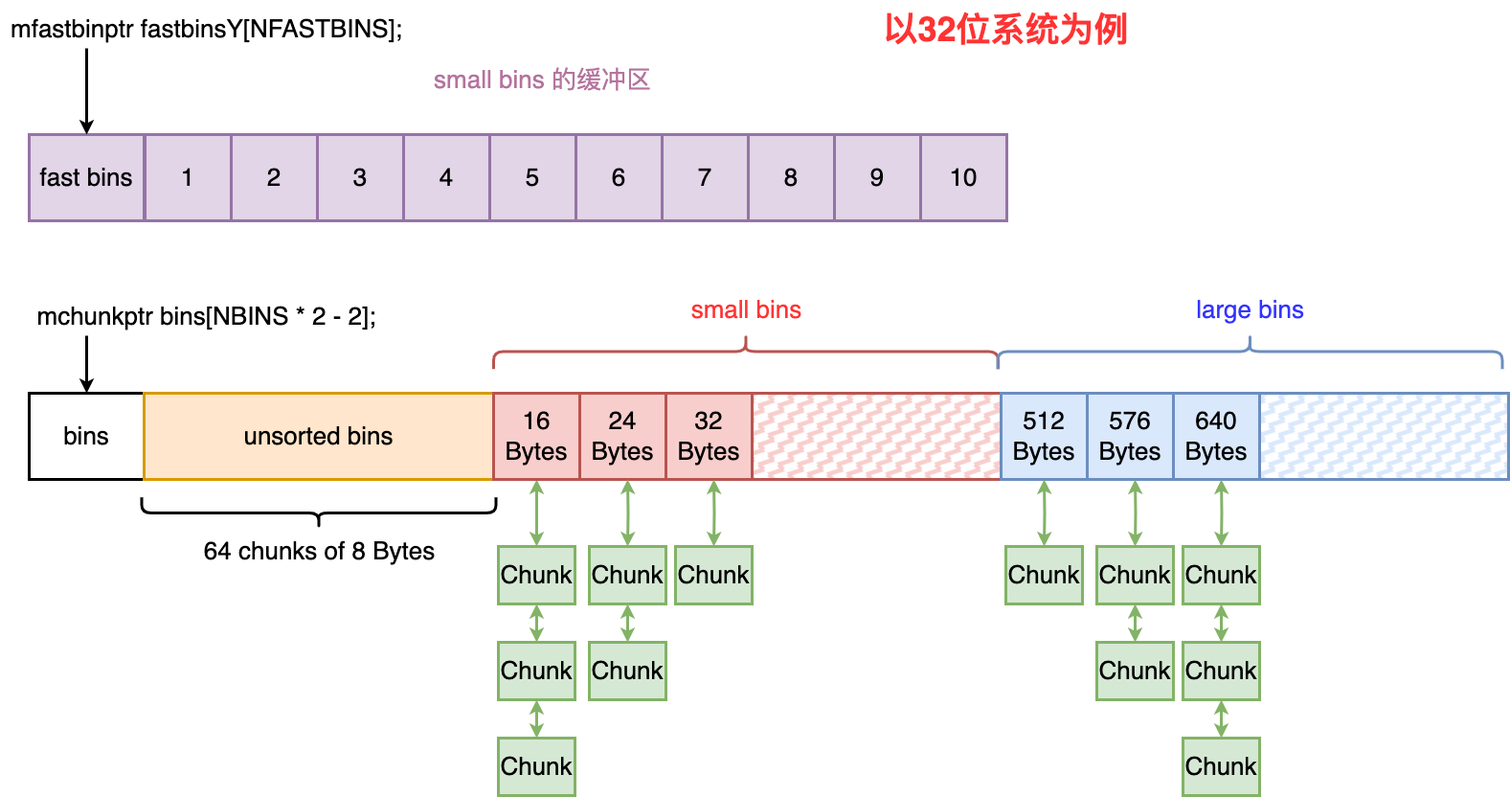
superwjfeng/MarkdownWriting keeps this draw.io diagram as CS/Coding/语言级内存池/bins结构.drawio.png. Above is the earlier version. Source tidied: cells renumbered, new cells last; positions are measured from the earlier drawing's top-left corner, leaving out a move shared by most shapes.
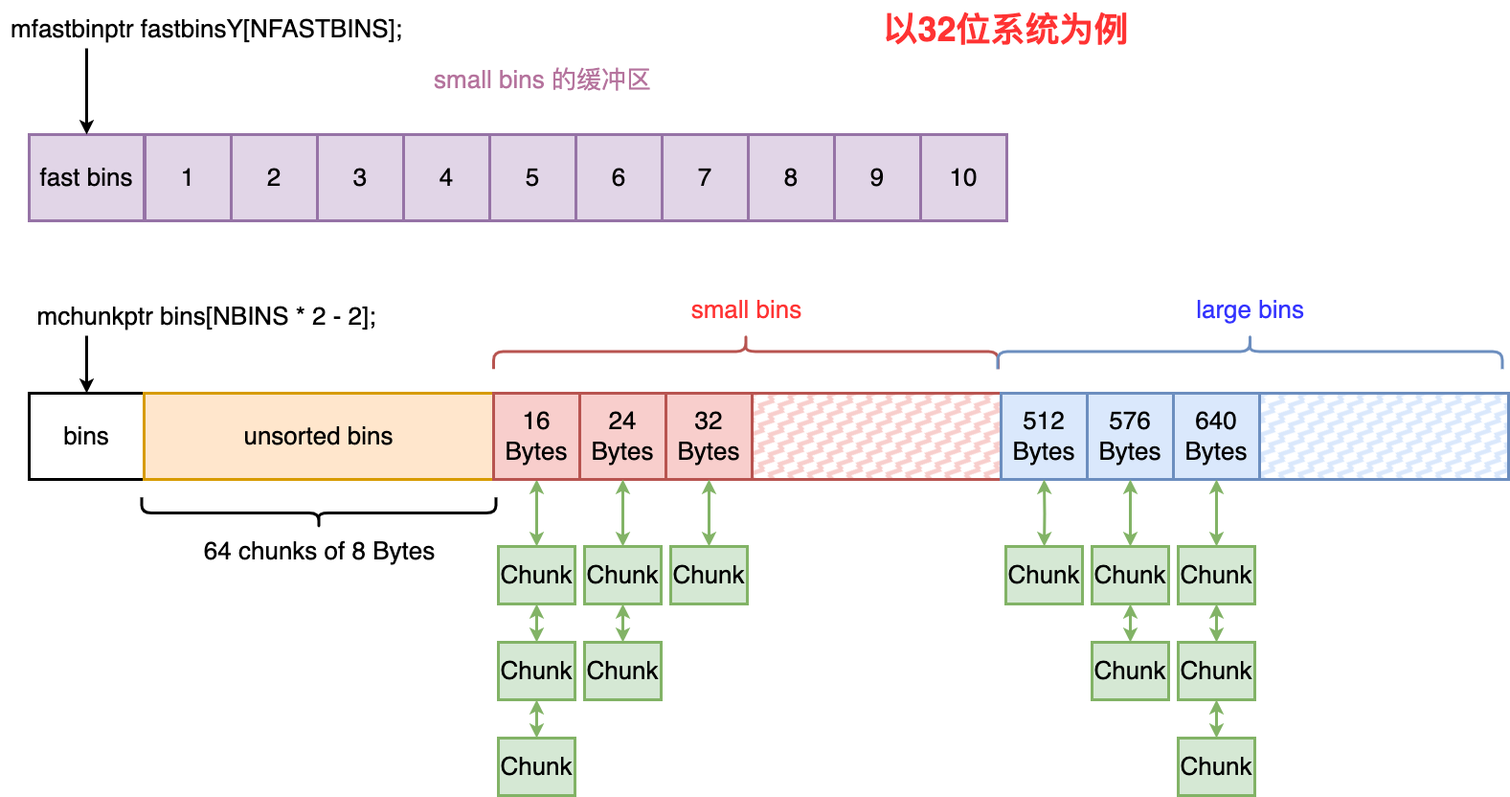
After the commit.

Change to the diagram source:
```diff
@@ -79,61 +79,53 @@
     <mxCell id="25" value="&lt;font style=&quot;font-size: 26px;&quot;&gt;Chunk&lt;/font&gt;" style="rounded=0;whiteSpace=wrap;html=1;strokeWidth=3;fillColor=#d5e8d4;strokeColor=#82b366;" parent="1" vertex="1">
       <mxGeometry x="520" y="770" width="80" height="60" as="geometry" />
     </mxCell>
-    <mxCell id="26" style="edgeStyle=orthogonalEdgeStyle;rounded=0;jettySize=auto;html=1;strokeWidth=3;fillColor=#d5e8d4;strokeColor=#82b366;startArrow=classic;startFill=1;" parent="1" edge="1" target="28">
-      <mxGeometry relative="1" as="geometry">
-        <mxPoint x="655" y="500" as="sourcePoint" />
-      </mxGeometry>
+    <mxCell id="26" style="edgeStyle=orthogonalEdgeStyle;rounded=0;jettySize=auto;html=1;strokeWidth=3;fillColor=#d5e8d4;strokeColor=#82b366;startArrow=classic;startFill=1;exitX=0.5;exitY=1;exitDx=0;exitDy=0;" parent="1" edge="1" source="14" target="28">
+      <mxGeometry relative="1" as="geometry" />
     </mxCell>
     <mxCell id="27" style="edgeStyle=orthogonalEdgeStyle;rounded=0;jettySize=auto;html=1;entryX=0.5;entryY=0;entryDx=0;entryDy=0;strokeWidth=3;fillColor=#d5e8d4;strokeColor=#82b366;startArrow=classic;startFill=1;" parent="1" edge="1" source="28" target="29">
       <mxGeometry relative="1" as="geometry" />
     </mxCell>
     <mxCell id="28" value="&lt;font style=&quot;font-size: 26px;&quot;&gt;Chunk&lt;/font&gt;" style="rounded=0;whiteSpace=wrap;html=1;strokeWidth=3;fillColor=#d5e8d4;strokeColor=#82b366;" parent="1" vertex="1">
-      <mxGeometry x="615" y="570" width="80" height="60" as="geometry" />
+      <mxGeometry x="610" y="570" width="80" height="60" as="geometry" />
     </mxCell>
     <mxCell id="29" value="&lt;font style=&quot;font-size: 26px;&quot;&gt;Chunk&lt;/font&gt;" style="rounded=0;whiteSpace=wrap;html=1;strokeWidth=3;fillColor=#d5e8d4;strokeColor=#82b366;" parent="1" vertex="1">
-      <mxGeometry x="615" y="670" width="80" height="60" as="geometry" />
+      <mxGeometry x="610" y="670" width="80" height="60" as="geometry" />
     </mxCell>
-    <mxCell id="30" style="edgeStyle=orthogonalEdgeStyle;rounded=0;jettySize=auto;html=1;strokeWidth=3;fillColor=#d5e8d4;strokeColor=#82b366;startArrow=classic;startFill=1;" parent="1" edge="1" target="31">
-      <mxGeometry relative="1" as="geometry">
-        <mxPoint x="745" y="500" as="sourcePoint" />
-      </mxGeometry>
+    <mxCell id="30" style="edgeStyle=orthogonalEdgeStyle;rounded=0;jettySize=auto;html=1;strokeWidth=3;fillColor=#d5e8d4;strokeColor=#82b366;startArrow=classic;startFill=1;exitX=0.5;exitY=1;exitDx=0;exitDy=0;" parent="1" edge="1" source="15" target="31">
+      <mxGeometry relative="1" as="geometry" />
     </mxCell>
     <mxCell id="31" value="&lt;font style=&quot;font-size: 26px;&quot;&gt;Chunk&lt;/font&gt;" style="rounded=0;whiteSpace=wrap;html=1;strokeWidth=3;fillColor=#d5e8d4;strokeColor=#82b366;" parent="1" vertex="1">
-      <mxGeometry x="705" y="570" width="80" height="60" as="geometry" />
+      <mxGeometry x="700" y="570" width="80" height="60" as="geometry" />
     </mxCell>
-    <mxCell id="32" style="edgeStyle=orthogonalEdgeStyle;rounded=0;jettySize=auto;html=1;strokeWidth=3;startArrow=classic;startFill=1;fillColor=#d5e8d4;strokeColor=#82b366;" parent="1" edge="1" target="34">
-      <mxGeometry relative="1" as="geometry">
-        <mxPoint x="1275" y="500" as="sourcePoint" />
-      </mxGeometry>
+    <mxCell id="32" style="edgeStyle=orthogonalEdgeStyle;rounded=0;jettySize=auto;html=1;strokeWidth=3;startArrow=classic;startFill=1;fillColor=#d5e8d4;strokeColor=#82b366;exitX=0.5;exitY=1;exitDx=0;exitDy=0;" parent="1" edge="1" source="19" target="34">
+      <mxGeometry relative="1" as="geometry" />
     </mxCell>
     <mxCell id="33" style="edgeStyle=orthogonalEdgeStyle;rounded=0;jettySize=auto;html=1;entryX=0.5;entryY=0;entryDx=0;entryDy=0;strokeWidth=3;startArrow=classic;startFill=1;fillColor=#d5e8d4;strokeColor=#82b366;" parent="1" edge="1" source="34" target="36">
       <mxGeometry relative="1" as="geometry" />
     </mxCell>
     <mxCell id="34" value="&lt;font style=&quot;font-size: 26px;&quot;&gt;Chunk&lt;/font&gt;" style="rounded=0;whiteSpace=wrap;html=1;strokeWidth=3;fillColor=#d5e8d4;strokeColor=#82b366;" parent="1" vertex="1">
-      <mxGeometry x="1235" y="570" width="80" height="60" as="geometry" />
+      <mxGeometry x="1230" y="570" width="80" height="60" as="geometry" />
     </mxCell>
     <mxCell id="35" style="edgeStyle=orthogonalEdgeStyle;rounded=0;jettySize=auto;html=1;entryX=0.5;entryY=0;entryDx=0;entryDy=0;strokeWidth=3;startArrow=classic;startFill=1;fillColor=#d5e8d4;strokeColor=#82b366;" parent="1" edge="1" source="36" target="37">
       <mxGeometry relative="1" as="geometry" />
     </mxCell>
     <mxCell id="36" value="&lt;font style=&quot;font-size: 26px;&quot;&gt;Chunk&lt;/font&gt;" style="rounded=0;whiteSpace=wrap;html=1;strokeWidth=3;fillColor=#d5e8d4;strokeColor=#82b366;" parent="1" vertex="1">
-      <mxGeometry x="1235" y="670" width="80" height="60" as="geometry" />
+      <mxGeometry x="1230" y="670" width="80" height="60" as="geometry" />
     </mxCell>
     <mxCell id="37" value="&lt;font style=&quot;font-size: 26px;&quot;&gt;Chunk&lt;/font&gt;" style="rounded=0;whiteSpace=wrap;html=1;strokeWidth=3;fillColor=#d5e8d4;strokeColor=#82b366;" parent="1" vertex="1">
-      <mxGeometry x="1235" y="770" width="80" height="60" as="geometry" />
+      <mxGeometry x="1230" y="770" width="80" height="60" as="geometry" />
     </mxCell>
-    <mxCell id="38" style="edgeStyle=orthogonalEdgeStyle;rounded=0;jettySize=auto;html=1;strokeWidth=3;startArrow=classic;startFill=1;fillColor=#d5e8d4;strokeColor=#82b366;" parent="1" edge="1" target="40">
-      <mxGeometry relative="1" as="geometry">
-        <mxPoint x="1185" y="500" as="sourcePoint" />
-      </mxGeometry>
+    <mxCell id="38" style="edgeStyle=orthogonalEdgeStyle;rounded=0;jettySize=auto;html=1;strokeWidth=3;startArrow=classic;startFill=1;fillColor=#d5e8d4;strokeColor=#82b366;exitX=0.5;exitY=1;exitDx=0;exitDy=0;" parent="1" edge="1" source="18" target="40">
+      <mxGeometry relative="1" as="geometry" />
     </mxCell>
     <mxCell id="39" style="edgeStyle=orthogonalEdgeStyle;rounded=0;jettySize=auto;html=1;entryX=0.5;entryY=0;entryDx=0;entryDy=0;strokeWidth=3;startArrow=classic;startFill=1;fillColor=#d5e8d4;strokeColor=#82b366;" parent="1" edge="1" source="40" target="41">
       <mxGeometry relative="1" as="geometry" />
     </mxCell>
     <mxCell id="40" value="&lt;font style=&quot;font-size: 26px;&quot;&gt;Chunk&lt;/font&gt;" style="rounded=0;whiteSpace=wrap;html=1;strokeWidth=3;fillColor=#d5e8d4;strokeColor=#82b366;" parent="1" vertex="1">
-      <mxGeometry x="1145" y="570" width="80" height="60" as="geometry" />
+      <mxGeometry x="1140" y="570" width="80" height="60" as="geometry" />
     </mxCell>
     <mxCell id="41" value="&lt;font style=&quot;font-size: 26px;&quot;&gt;Chunk&lt;/font&gt;" style="rounded=0;whiteSpace=wrap;html=1;strokeWidth=3;fillColor=#d5e8d4;strokeColor=#82b366;" parent="1" vertex="1">
-      <mxGeometry x="1145" y="670" width="80" height="60" as="geometry" />
+      <mxGeometry x="1140" y="670" width="80" height="60" as="geometry" />
     </mxCell>
     <mxCell id="42" style="edgeStyle=orthogonalEdgeStyle;rounded=0;jettySize=auto;html=1;strokeWidth=3;startArrow=classic;startFill=1;fillColor=#d5e8d4;strokeColor=#82b366;" parent="1" edge="1" target="43">
       <mxGeometry relative="1" as="geometry">
```
